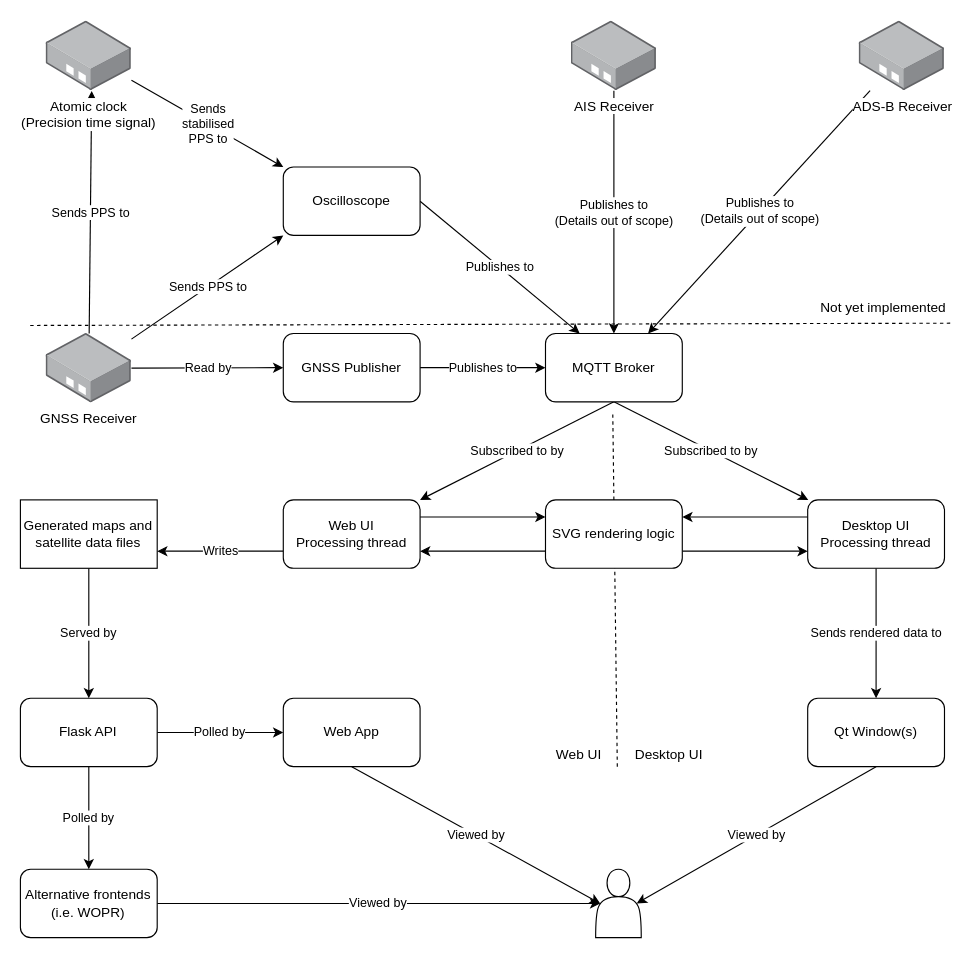
Before: docs/dataflow.drawio in autumn-mck/gnss-war-room, a draw.io diagram. Source tidied: cells renumbered, new cells numbered last; positions are measured from the earlier drawing's top-left corner, leaving out a move shared by most shapes. Both pictures are drawn from the tidied source at 114%, with x=0, y=0 at pixel (19, 21).
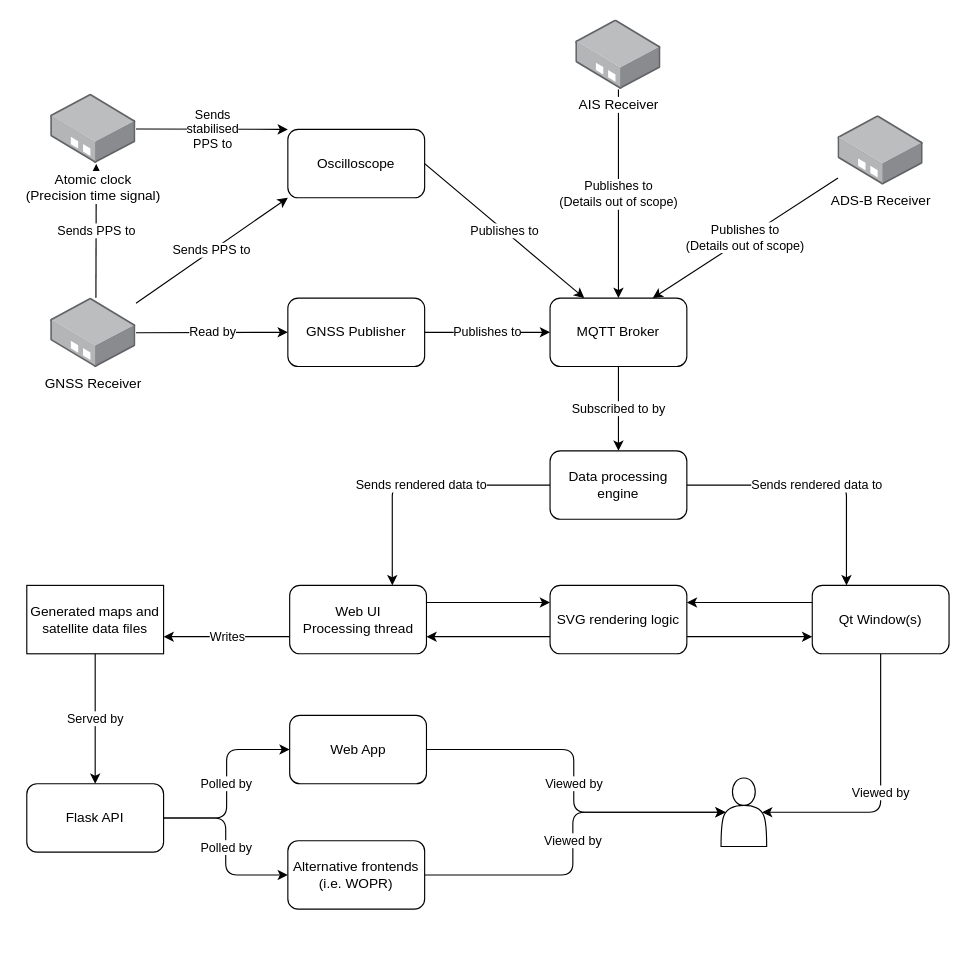
The same page after the edit.

Commit message (it also covers changes not shown here):
update dataflow diagram

The edit, as a diff of the source:
```diff
@@
-    <mxCell id="2" value="Polled by" style="edgeStyle=none;html=1;" parent="1" edge="1" source="4" target="42">
+    <mxCell id="2" value="Polled by" style="edgeStyle=orthogonalEdgeStyle;html=1;" parent="1" edge="1" source="4" target="42">
       <mxGeometry relative="1" as="geometry" />
     </mxCell>
-    <mxCell id="3" value="Polled by" style="edgeStyle=none;html=1;" parent="1" edge="1" source="4" target="44">
+    <mxCell id="3" value="Polled by" style="edgeStyle=orthogonalEdgeStyle;html=1;" parent="1" edge="1" source="4" target="44">
       <mxGeometry relative="1" as="geometry" />
     </mxCell>
     <mxCell id="4" value="Flask API" style="rounded=1;whiteSpace=wrap;html=1;" parent="1" vertex="1">
-      <mxGeometry x="0.4" y="594" width="120" height="60" as="geometry" />
+      <mxGeometry x="6" y="669" width="120" height="60" as="geometry" />
     </mxCell>
@@
     <mxCell id="6" value="Generated maps and satellite data files" style="rounded=0;whiteSpace=wrap;html=1;" parent="1" vertex="1">
-      <mxGeometry x="0.4" y="420" width="120" height="60" as="geometry" />
+      <mxGeometry x="6" y="495" width="120" height="60" as="geometry" />
     </mxCell>
@@
     <mxCell id="9" value="Web UI&lt;br&gt;Processing thread" style="rounded=1;whiteSpace=wrap;html=1;" parent="1" vertex="1">
-      <mxGeometry x="231" y="420" width="120" height="60" as="geometry" />
+      <mxGeometry x="236.6" y="495" width="120" height="60" as="geometry" />
     </mxCell>
-    <mxCell id="10" value="Subscribed to by" style="edgeStyle=none;html=1;exitX=0.5;exitY=1;exitDx=0;exitDy=0;entryX=1;entryY=0;entryDx=0;entryDy=0;" parent="1" edge="1" source="12" target="9">
+    <mxCell id="10" value="Subscribed to by" style="edgeStyle=none;html=1;exitX=0.5;exitY=1;exitDx=0;exitDy=0;entryX=0.5;entryY=0;entryDx=0;entryDy=0;" parent="1" edge="1" source="12" target="45">
       <mxGeometry relative="1" as="geometry" />
     </mxCell>
-    <mxCell id="11" value="Subscribed to by" style="edgeStyle=none;html=1;exitX=0.5;exitY=1;exitDx=0;exitDy=0;" parent="1" edge="1" source="12" target="21">
-      <mxGeometry relative="1" as="geometry" />
-    </mxCell>
     <mxCell id="12" value="MQTT Broker" style="rounded=1;whiteSpace=wrap;html=1;" parent="1" vertex="1">
-      <mxGeometry x="461" y="274" width="120" height="60" as="geometry" />
+      <mxGeometry x="465" y="243" width="120" height="60" as="geometry" />
     </mxCell>
@@
-    <mxCell id="15" value="Sends PPS to" style="edgeStyle=none;html=1;entryX=0.534;entryY=1.004;entryDx=0;entryDy=0;entryPerimeter=0;" parent="1" edge="1" source="16" target="31">
+    <mxCell id="15" value="Sends PPS to" style="edgeStyle=none;html=1;entryX=0.534;entryY=1.004;entryDx=0;entryDy=0;entryPerimeter=0;exitX=0.53;exitY=-0.006;exitDx=0;exitDy=0;exitPerimeter=0;" parent="1" edge="1" source="16" target="31">
       <mxGeometry relative="1" as="geometry" />
     </mxCell>
     <mxCell id="16" value="GNSS Receiver" style="points=[];html=1;align=center;shadow=0;dashed=0;image;image=img/lib/allied_telesis/media_converters/Media_Converter_Standalone.svg;" parent="1" vertex="1">
-      <mxGeometry x="23" y="274" width="74.8" height="61" as="geometry" />
+      <mxGeometry x="27" y="243" width="74.8" height="61" as="geometry" />
     </mxCell>
@@
     <mxCell id="18" value="GNSS Publisher" style="rounded=1;whiteSpace=wrap;html=1;" parent="1" vertex="1">
-      <mxGeometry x="231" y="274" width="120" height="60" as="geometry" />
+      <mxGeometry x="235" y="243" width="120" height="60" as="geometry" />
     </mxCell>
-    <mxCell id="19" value="Sends rendered data to" style="edgeStyle=none;html=1;exitX=0.5;exitY=1;exitDx=0;exitDy=0;entryX=0.5;entryY=0;entryDx=0;entryDy=0;" parent="1" edge="1" source="21" target="36">
+    <mxCell id="19" value="Sends rendered data to" style="edgeStyle=orthogonalEdgeStyle;html=1;exitX=1;exitY=0.5;exitDx=0;exitDy=0;entryX=0.25;entryY=0;entryDx=0;entryDy=0;" parent="1" edge="1" source="45" target="36">
       <mxGeometry relative="1" as="geometry" />
     </mxCell>
-    <mxCell id="20" style="edgeStyle=none;html=1;exitX=0;exitY=0.25;exitDx=0;exitDy=0;entryX=1;entryY=0.25;entryDx=0;entryDy=0;" parent="1" edge="1" source="21" target="39">
+    <mxCell id="20" style="edgeStyle=none;html=1;exitX=0;exitY=0.25;exitDx=0;exitDy=0;entryX=1;entryY=0.25;entryDx=0;entryDy=0;" parent="1" edge="1" source="36" target="39">
       <mxGeometry relative="1" as="geometry" />
     </mxCell>
-    <mxCell id="21" value="Desktop UI&lt;br&gt;Processing thread" style="rounded=1;whiteSpace=wrap;html=1;" parent="1" vertex="1">
-      <mxGeometry x="691" y="420" width="120" height="60" as="geometry" />
-    </mxCell>
@@
     <mxCell id="23" value="AIS&amp;nbsp;Receiver" style="points=[];html=1;align=center;shadow=0;dashed=0;image;image=img/lib/allied_telesis/media_converters/Media_Converter_Standalone.svg;" parent="1" vertex="1">
-      <mxGeometry x="483.6" width="74.8" height="61" as="geometry" />
+      <mxGeometry x="487.6" y="-1" width="74.8" height="61" as="geometry" />
     </mxCell>
@@
     <mxCell id="25" value="ADS-B&amp;nbsp;Receiver" style="points=[];html=1;align=center;shadow=0;dashed=0;image;image=img/lib/allied_telesis/media_converters/Media_Converter_Standalone.svg;" parent="1" vertex="1">
-      <mxGeometry x="736.2" width="74.8" height="61" as="geometry" />
+      <mxGeometry x="717.6" y="83" width="74.8" height="61" as="geometry" />
     </mxCell>
-    <mxCell id="26" style="endArrow=none;dashed=1;html=1;strokeWidth=1;" parent="1" edge="1">
-      <mxGeometry relative="1" as="geometry">
-        <mxPoint x="524" y="654" as="sourcePoint" />
-        <mxPoint x="520" y="342" as="targetPoint" />
-      </mxGeometry>
-    </mxCell>
-    <mxCell id="27" value="Web UI" style="text;html=1;align=center;verticalAlign=middle;strokeColor=none;fillColor=none;" parent="1" vertex="1">
-      <mxGeometry x="461" y="631" width="58" height="26" as="geometry" />
-    </mxCell>
-    <mxCell id="28" style="endArrow=none;dashed=1;html=1;" parent="1" edge="1">
-      <mxGeometry relative="1" as="geometry">
-        <mxPoint x="816" y="265" as="sourcePoint" />
-        <mxPoint x="8" y="267" as="targetPoint" />
-      </mxGeometry>
-    </mxCell>
-    <mxCell id="29" value="Not yet implemented" style="text;html=1;align=center;verticalAlign=middle;strokeColor=none;fillColor=none;" parent="1" vertex="1">
-      <mxGeometry x="691" y="239" width="132" height="26" as="geometry" />
-    </mxCell>
@@
     <mxCell id="31" value="Atomic clock&lt;br&gt;(Precision time signal)" style="points=[];html=1;align=center;shadow=0;dashed=0;image;image=img/lib/allied_telesis/media_converters/Media_Converter_Standalone.svg;" parent="1" vertex="1">
-      <mxGeometry x="23" width="74.8" height="61" as="geometry" />
+      <mxGeometry x="27" y="64" width="74.8" height="61" as="geometry" />
     </mxCell>
-    <mxCell id="32" value="Desktop UI" style="text;html=1;align=center;verticalAlign=middle;strokeColor=none;fillColor=none;" parent="1" vertex="1">
-      <mxGeometry x="530" y="631" width="78" height="26" as="geometry" />
-    </mxCell>
@@
     <mxCell id="34" value="Oscilloscope" style="rounded=1;whiteSpace=wrap;html=1;" parent="1" vertex="1">
-      <mxGeometry x="231" y="128" width="120" height="60" as="geometry" />
+      <mxGeometry x="235" y="95" width="120" height="60" as="geometry" />
     </mxCell>
-    <mxCell id="35" value="Viewed by" style="edgeStyle=none;html=1;exitX=0.5;exitY=1;exitDx=0;exitDy=0;entryX=0.9;entryY=0.5;entryDx=0;entryDy=0;entryPerimeter=0;" parent="1" edge="1" source="36" target="40">
-      <mxGeometry relative="1" as="geometry" />
+    <mxCell id="35" value="Viewed by" style="edgeStyle=orthogonalEdgeStyle;html=1;exitX=0.5;exitY=1;exitDx=0;exitDy=0;entryX=0.9;entryY=0.5;entryDx=0;entryDy=0;entryPerimeter=0;" parent="1" edge="1" source="36" target="40">
+      <mxGeometry relative="1" as="geometry">
+        <Array as="points">
+          <mxPoint x="755" y="694" />
+        </Array>
+      </mxGeometry>
     </mxCell>
     <mxCell id="36" value="Qt Window(s)" style="whiteSpace=wrap;html=1;rounded=1;" parent="1" vertex="1">
-      <mxGeometry x="691" y="594" width="120" height="60" as="geometry" />
+      <mxGeometry x="695" y="495" width="120" height="60" as="geometry" />
     </mxCell>
@@
-    <mxCell id="38" style="edgeStyle=none;html=1;exitX=1;exitY=0.75;exitDx=0;exitDy=0;entryX=0;entryY=0.75;entryDx=0;entryDy=0;" parent="1" edge="1" source="39" target="21">
+    <mxCell id="38" style="edgeStyle=none;html=1;exitX=1;exitY=0.75;exitDx=0;exitDy=0;entryX=0;entryY=0.75;entryDx=0;entryDy=0;" parent="1" edge="1" source="39" target="36">
       <mxGeometry relative="1" as="geometry" />
     </mxCell>
     <mxCell id="39" value="SVG rendering logic" style="rounded=1;whiteSpace=wrap;html=1;" parent="1" vertex="1">
-      <mxGeometry x="461" y="420" width="120" height="60" as="geometry" />
+      <mxGeometry x="465" y="495" width="120" height="60" as="geometry" />
     </mxCell>
     <mxCell id="40" style="shape=actor;whiteSpace=wrap;html=1;" parent="1" vertex="1">
-      <mxGeometry x="505" y="744" width="40" height="60" as="geometry" />
+      <mxGeometry x="615" y="664" width="40" height="60" as="geometry" />
     </mxCell>
-    <mxCell id="41" value="Viewed by" style="edgeStyle=none;html=1;exitX=0.5;exitY=1;exitDx=0;exitDy=0;entryX=0.1;entryY=0.5;entryDx=0;entryDy=0;entryPerimeter=0;" parent="1" edge="1" source="42" target="40">
+    <mxCell id="41" value="Viewed by" style="edgeStyle=orthogonalEdgeStyle;html=1;exitX=1;exitY=0.5;exitDx=0;exitDy=0;entryX=0.1;entryY=0.5;entryDx=0;entryDy=0;entryPerimeter=0;" parent="1" edge="1" source="42" target="40">
       <mxGeometry relative="1" as="geometry" />
     </mxCell>
     <mxCell id="42" value="Web App" style="whiteSpace=wrap;html=1;rounded=1;" parent="1" vertex="1">
-      <mxGeometry x="231" y="594" width="120" height="60" as="geometry" />
+      <mxGeometry x="236.6" y="609" width="120" height="60" as="geometry" />
     </mxCell>
-    <mxCell id="43" value="Viewed by" style="edgeStyle=none;html=1;exitX=1;exitY=0.5;exitDx=0;exitDy=0;entryX=0.1;entryY=0.5;entryDx=0;entryDy=0;entryPerimeter=0;" parent="1" edge="1" source="44" target="40">
+    <mxCell id="43" value="Viewed by" style="edgeStyle=orthogonalEdgeStyle;html=1;exitX=1;exitY=0.5;exitDx=0;exitDy=0;entryX=0.1;entryY=0.5;entryDx=0;entryDy=0;entryPerimeter=0;" parent="1" edge="1" source="44" target="40">
       <mxGeometry relative="1" as="geometry" />
     </mxCell>
     <mxCell id="44" value="Alternative frontends&lt;br&gt;(i.e. WOPR)" style="whiteSpace=wrap;html=1;rounded=1;" parent="1" vertex="1">
-      <mxGeometry x="0.4" y="744" width="120" height="60" as="geometry" />
+      <mxGeometry x="235" y="719" width="120" height="60" as="geometry" />
     </mxCell>
+    <mxCell id="45" value="Data processing engine" style="rounded=1;whiteSpace=wrap;html=1;" parent="1" vertex="1">
+      <mxGeometry x="465" y="377" width="120" height="60" as="geometry" />
+    </mxCell>
+    <mxCell id="46" value="Sends rendered data to" style="edgeStyle=orthogonalEdgeStyle;html=1;exitX=0;exitY=0.5;exitDx=0;exitDy=0;entryX=0.75;entryY=0;entryDx=0;entryDy=0;" parent="1" edge="1" source="45" target="9">
+      <mxGeometry relative="1" as="geometry" />
+    </mxCell>
```
